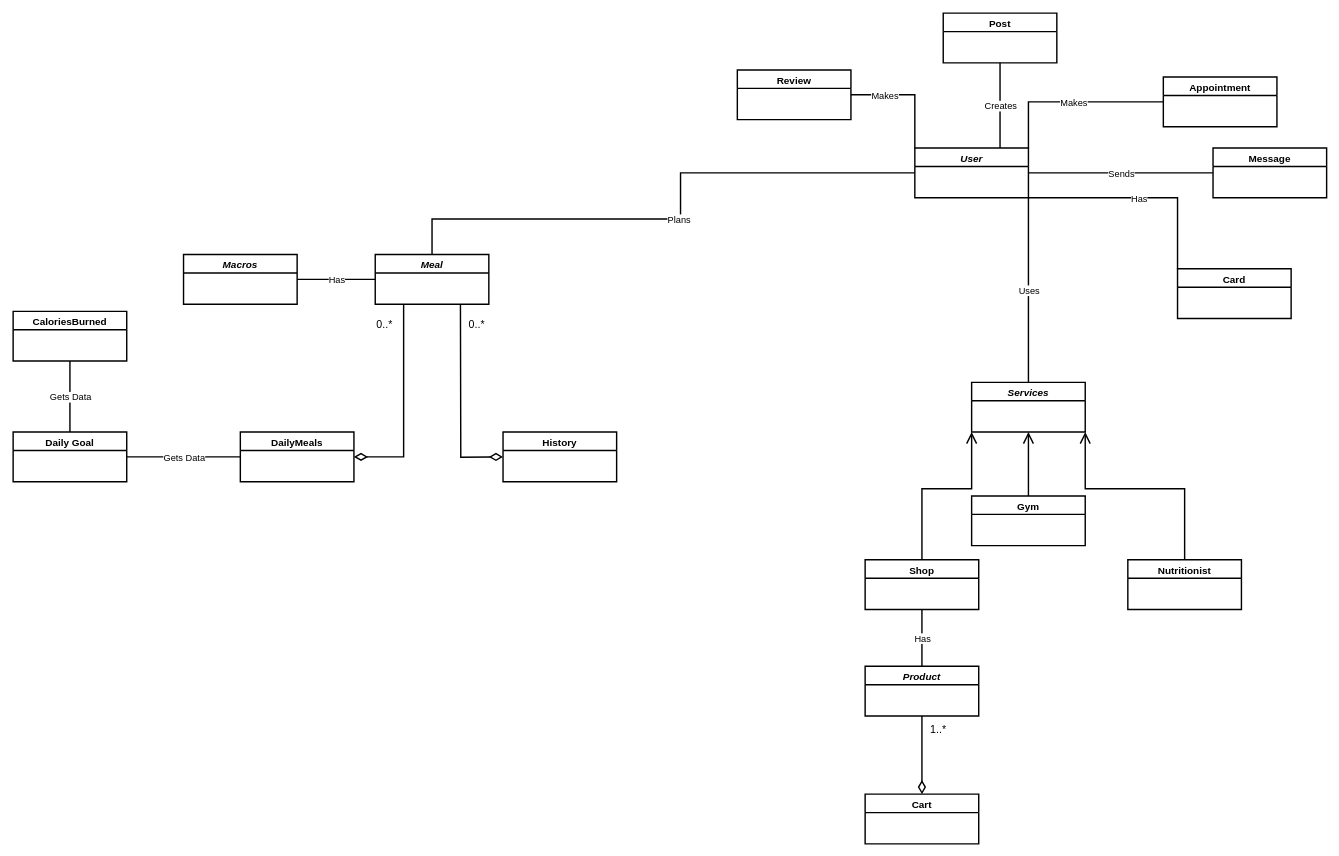
Dionkaps/Eu-Zin keeps this draw.io diagram as ΤΡΙΤΟ ΠΑΡΑΔΟΤΕΟ/Διορθώσεις προηγούμενων παραδοτέων/DomainModelChartVersion2.drawio. Above is the earlier version. Source tidied: cells renumbered, new cells numbered last; positions are measured from the earlier drawing's top-left corner, leaving out a move shared by most shapes. Both pictures are drawn from the tidied source at 71%, with x=0, y=0 at pixel (13, 13).
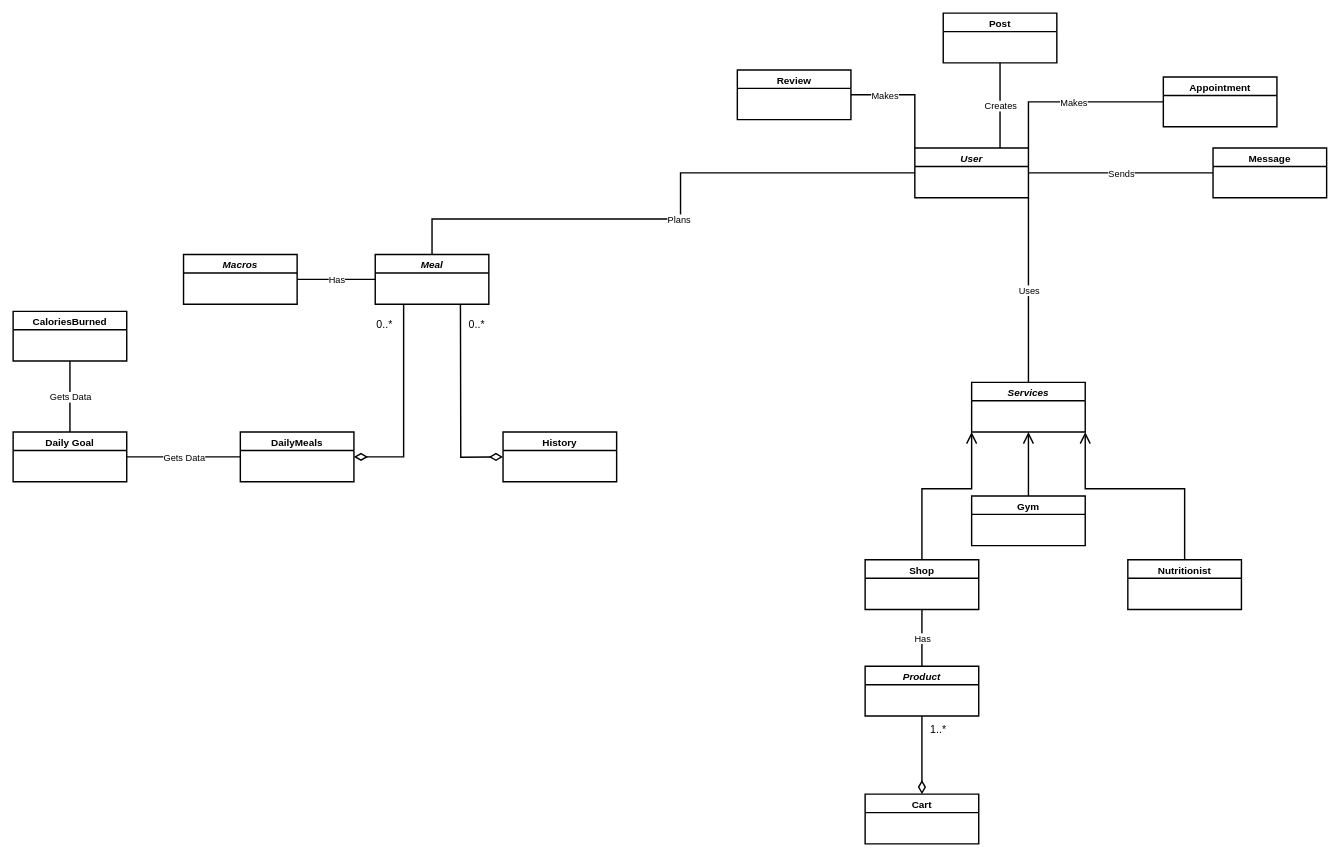
The same diagram, later.

Commit message (it also covers changes not shown here):
Domain Model

The change refers to these unchanged cells:
```xml
<mxCell id="2" value="User" style="swimlane;fontStyle=3;align=center;verticalAlign=top;horizontal=1;startSize=26;rounded=0;shadow=0;strokeWidth=2;fontSize=14;" parent="1" vertex="1">
  <mxGeometry x="1270" y="190" width="160" height="70" as="geometry" />
</mxCell>
```

The edit, as a diff of the source:
```diff
@@
-    <mxCell id="10" value="Card" style="swimlane;fontStyle=1;align=center;verticalAlign=top;horizontal=1;startSize=26;rounded=0;shadow=0;strokeWidth=2;fontSize=14;" parent="1" vertex="1">
-      <mxGeometry x="1640" y="360" width="160" height="70" as="geometry" />
-    </mxCell>
@@
-    <mxCell id="32" style="endArrow=none;html=1;rounded=0;anchorPointDirection=1;startFill=1;endFill=0;strokeWidth=2;exitX=1;exitY=1;exitDx=0;exitDy=0;entryX=0;entryY=0;entryDx=0;entryDy=0;" parent="1" edge="1" source="2" target="10">
-      <mxGeometry relative="1" as="geometry">
-        <Array as="points">
-          <mxPoint x="1640" y="260" />
-        </Array>
-      </mxGeometry>
-    </mxCell>
-    <mxCell id="33" value="Has" style="edgeLabel;html=1;align=center;verticalAlign=middle;fontSize=13;" parent="32" vertex="1">
-      <mxGeometry relative="1" as="geometry" />
-    </mxCell>
```
